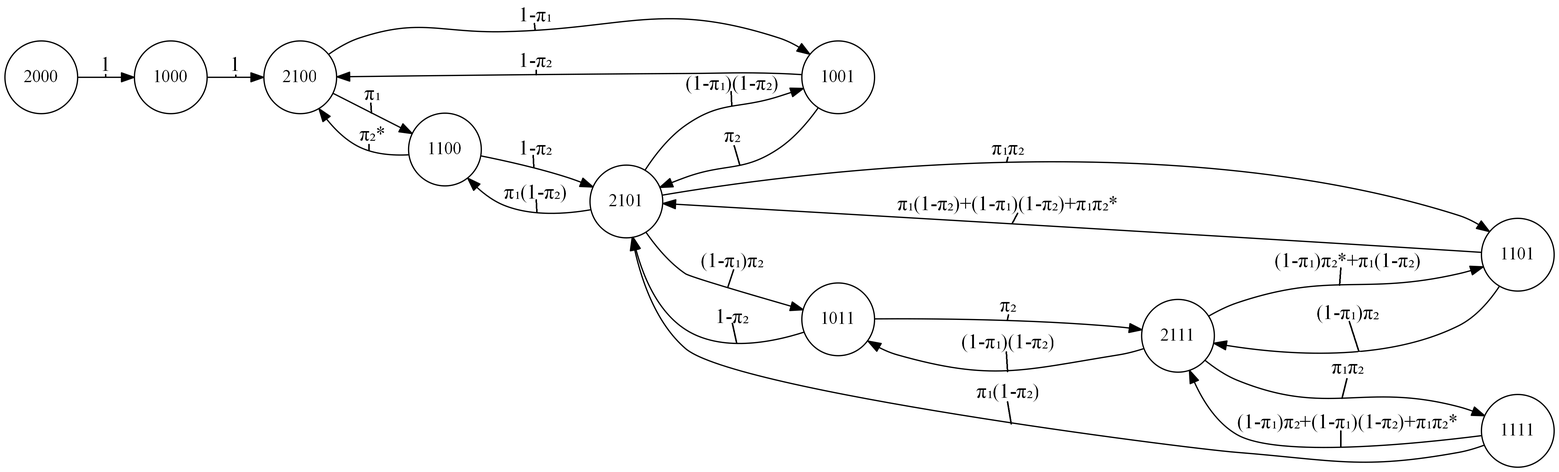
This is states.png from Meosit/Queuing-System, a Graphviz export, as it was before one commit. Its source is kept beside it as states.gv.
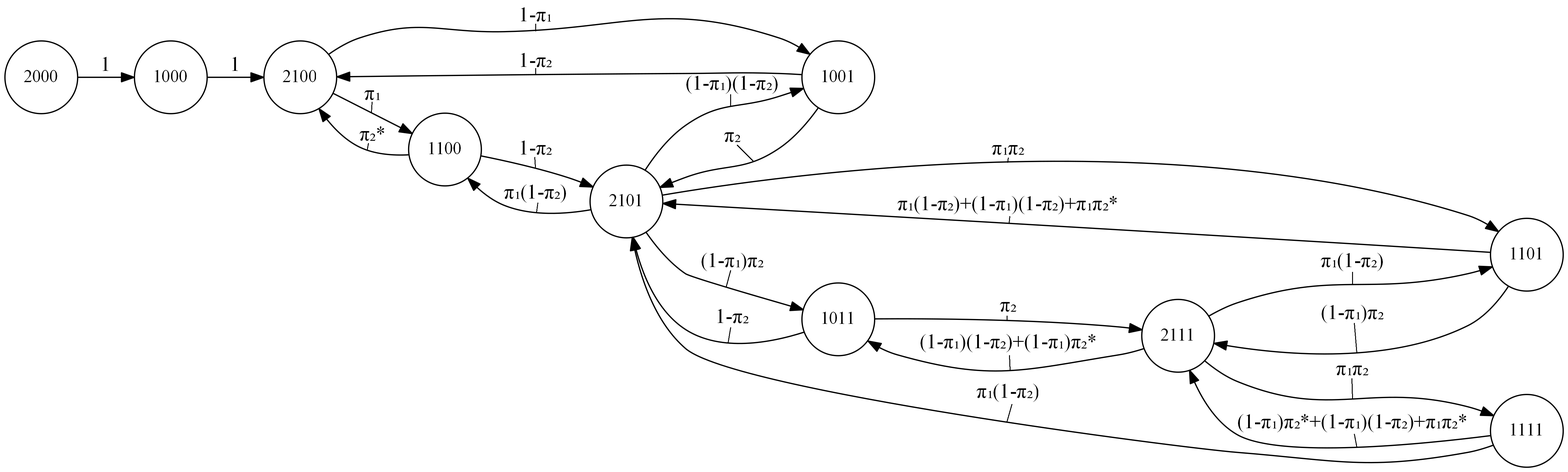
Above is the later version.

Diff of the diagram source:
```diff
@@ -27,11 +27,11 @@
 	"1011" -> "2101" [label = "1-&pi;₂"];
 	"1011" -> "2111" [label = "&pi;₂"];
 
-	"2111" -> "1101" [label = "(1-&pi;₁)&pi;₂*+&pi;₁(1-&pi;₂)"];
-	"2111" -> "1011" [label = "(1-&pi;₁)(1-&pi;₂)"];
+	"2111" -> "1101" [label = "&pi;₁(1-&pi;₂)"];
+	"2111" -> "1011" [label = "(1-&pi;₁)(1-&pi;₂)+(1-&pi;₁)&pi;₂*"];
 	"2111" -> "1111" [label = "&pi;₁&pi;₂"];
 
-	"1111" -> "2111" [label = "(1-&pi;₁)&pi;₂+(1-&pi;₁)(1-&pi;₂)+&pi;₁&pi;₂*"];
+	"1111" -> "2111" [label = "(1-&pi;₁)&pi;₂*+(1-&pi;₁)(1-&pi;₂)+&pi;₁&pi;₂*"];
 	"1111" -> "2101" [label = "&pi;₁(1-&pi;₂)"];
 
 }
```
